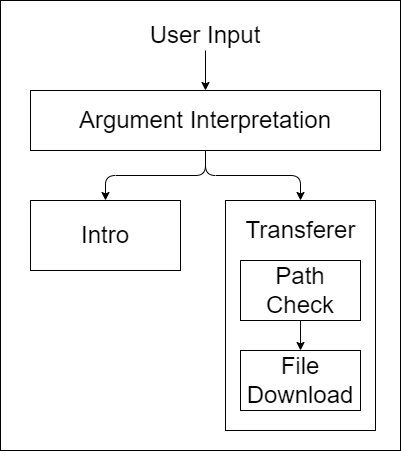
DopamineNone/ezTransferer keeps this draw.io diagram as static/client.png. Above is the earlier version. Source tidied: cells renumbered, new cells last; positions are measured from the earlier drawing's top-left corner, leaving out a move shared by most shapes. Source of this version:
```xml
<mxGraphModel>
  <root>
    <mxCell id="0" />
    <mxCell id="1" parent="0" />
    <mxCell id="2" style="rounded=0;whiteSpace=wrap;html=1;" parent="1" vertex="1">
      <mxGeometry width="400" height="450" as="geometry" />
    </mxCell>
    <mxCell id="3" style="edgeStyle=orthogonalEdgeStyle;html=1;exitX=0.5;exitY=1;exitDx=0;exitDy=0;entryX=0.5;entryY=0;entryDx=0;entryDy=0;fontSize=24;" parent="1" edge="1" source="5" target="6">
      <mxGeometry relative="1" as="geometry" />
    </mxCell>
    <mxCell id="4" style="edgeStyle=orthogonalEdgeStyle;html=1;exitX=0.5;exitY=1;exitDx=0;exitDy=0;entryX=0.5;entryY=0;entryDx=0;entryDy=0;fontSize=24;" parent="1" edge="1" source="5" target="7">
      <mxGeometry relative="1" as="geometry" />
    </mxCell>
    <mxCell id="5" value="&lt;font style=&quot;font-size: 24px;&quot;&gt;Argument Interpretation&lt;/font&gt;" style="rounded=0;whiteSpace=wrap;html=1;" parent="1" vertex="1">
      <mxGeometry x="30" y="90" width="350" height="60" as="geometry" />
    </mxCell>
    <mxCell id="6" value="Intro" style="rounded=0;whiteSpace=wrap;html=1;fontSize=24;" parent="1" vertex="1">
      <mxGeometry x="30" y="200" width="150" height="70" as="geometry" />
    </mxCell>
    <mxCell id="7" style="rounded=0;whiteSpace=wrap;html=1;fontSize=24;" parent="1" vertex="1">
      <mxGeometry x="225" y="200" width="150" height="230" as="geometry" />
    </mxCell>
    <mxCell id="8" value="Transferer" style="text;html=1;align=center;verticalAlign=middle;strokeColor=none;fillColor=none;fontSize=24;" parent="1" vertex="1">
      <mxGeometry x="235" y="210" width="130" height="40" as="geometry" />
    </mxCell>
    <mxCell id="9" style="edgeStyle=orthogonalEdgeStyle;html=1;exitX=0.5;exitY=1;exitDx=0;exitDy=0;entryX=0.5;entryY=0;entryDx=0;entryDy=0;fontSize=24;" parent="1" edge="1" source="10" target="11">
      <mxGeometry relative="1" as="geometry" />
    </mxCell>
    <mxCell id="10" value="Path Check" style="rounded=0;whiteSpace=wrap;html=1;fontSize=24;" parent="1" vertex="1">
      <mxGeometry x="240" y="260" width="120" height="60" as="geometry" />
    </mxCell>
    <mxCell id="11" value="File&lt;br&gt;Download" style="rounded=0;whiteSpace=wrap;html=1;fontSize=24;" parent="1" vertex="1">
      <mxGeometry x="240" y="350" width="120" height="60" as="geometry" />
    </mxCell>
    <mxCell id="12" style="edgeStyle=orthogonalEdgeStyle;html=1;exitX=0.5;exitY=1;exitDx=0;exitDy=0;entryX=0.5;entryY=0;entryDx=0;entryDy=0;fontSize=24;" parent="1" edge="1" source="13" target="5">
      <mxGeometry relative="1" as="geometry" />
    </mxCell>
    <mxCell id="13" value="User Input" style="text;html=1;strokeColor=none;fillColor=none;align=center;verticalAlign=middle;whiteSpace=wrap;rounded=0;fontSize=24;" parent="1" vertex="1">
      <mxGeometry x="140" y="20" width="130" height="30" as="geometry" />
    </mxCell>
  </root>
</mxGraphModel>
```
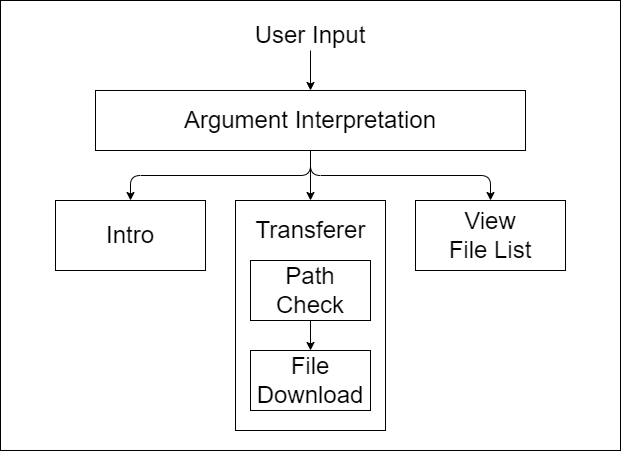
After the commit.

The edit, as a diff of the source:
```diff
@@ -3,7 +3,7 @@
     <mxCell id="0" />
     <mxCell id="1" parent="0" />
     <mxCell id="2" style="rounded=0;whiteSpace=wrap;html=1;" parent="1" vertex="1">
-      <mxGeometry width="400" height="450" as="geometry" />
+      <mxGeometry x="-105" width="620" height="450" as="geometry" />
     </mxCell>
     <mxCell id="3" style="edgeStyle=orthogonalEdgeStyle;html=1;exitX=0.5;exitY=1;exitDx=0;exitDy=0;entryX=0.5;entryY=0;entryDx=0;entryDy=0;fontSize=24;" parent="1" edge="1" source="5" target="6">
       <mxGeometry relative="1" as="geometry" />
@@ -11,32 +11,41 @@
     <mxCell id="4" style="edgeStyle=orthogonalEdgeStyle;html=1;exitX=0.5;exitY=1;exitDx=0;exitDy=0;entryX=0.5;entryY=0;entryDx=0;entryDy=0;fontSize=24;" parent="1" edge="1" source="5" target="7">
       <mxGeometry relative="1" as="geometry" />
     </mxCell>
+    <mxCell id="14" style="edgeStyle=orthogonalEdgeStyle;html=1;exitX=0.5;exitY=1;exitDx=0;exitDy=0;entryX=0.5;entryY=0;entryDx=0;entryDy=0;" parent="1" edge="1" source="5" target="16">
+      <mxGeometry relative="1" as="geometry" />
+    </mxCell>
     <mxCell id="5" value="&lt;font style=&quot;font-size: 24px;&quot;&gt;Argument Interpretation&lt;/font&gt;" style="rounded=0;whiteSpace=wrap;html=1;" parent="1" vertex="1">
-      <mxGeometry x="30" y="90" width="350" height="60" as="geometry" />
+      <mxGeometry x="-10" y="90" width="430" height="60" as="geometry" />
     </mxCell>
     <mxCell id="6" value="Intro" style="rounded=0;whiteSpace=wrap;html=1;fontSize=24;" parent="1" vertex="1">
-      <mxGeometry x="30" y="200" width="150" height="70" as="geometry" />
+      <mxGeometry x="-50" y="200" width="150" height="70" as="geometry" />
     </mxCell>
+    <mxCell id="12" style="edgeStyle=orthogonalEdgeStyle;html=1;exitX=0.5;exitY=1;exitDx=0;exitDy=0;entryX=0.5;entryY=0;entryDx=0;entryDy=0;fontSize=24;" parent="1" edge="1" source="13" target="5">
+      <mxGeometry relative="1" as="geometry" />
+    </mxCell>
+    <mxCell id="13" value="User Input" style="text;html=1;strokeColor=none;fillColor=none;align=center;verticalAlign=middle;whiteSpace=wrap;rounded=0;fontSize=24;" parent="1" vertex="1">
+      <mxGeometry x="140" y="20" width="130" height="30" as="geometry" />
+    </mxCell>
+    <mxCell id="15" style="group;" parent="1" vertex="1">
+      <mxGeometry x="130" y="200" width="150" height="230" as="geometry" />
+    </mxCell>
-    <mxCell id="7" style="rounded=0;whiteSpace=wrap;html=1;fontSize=24;" parent="1" vertex="1">
-      <mxGeometry x="225" y="200" width="150" height="230" as="geometry" />
+    <mxCell id="7" style="rounded=0;whiteSpace=wrap;html=1;fontSize=24;" parent="15" vertex="1">
+      <mxGeometry width="150" height="230" as="geometry" />
     </mxCell>
-    <mxCell id="8" value="Transferer" style="text;html=1;align=center;verticalAlign=middle;strokeColor=none;fillColor=none;fontSize=24;" parent="1" vertex="1">
-      <mxGeometry x="235" y="210" width="130" height="40" as="geometry" />
+    <mxCell id="8" value="Transferer" style="text;html=1;align=center;verticalAlign=middle;strokeColor=none;fillColor=none;fontSize=24;" parent="15" vertex="1">
+      <mxGeometry x="10" y="10" width="130" height="40" as="geometry" />
     </mxCell>
-    <mxCell id="9" style="edgeStyle=orthogonalEdgeStyle;html=1;exitX=0.5;exitY=1;exitDx=0;exitDy=0;entryX=0.5;entryY=0;entryDx=0;entryDy=0;fontSize=24;" parent="1" edge="1" source="10" target="11">
-      <mxGeometry relative="1" as="geometry" />
-    </mxCell>
-    <mxCell id="10" value="Path Check" style="rounded=0;whiteSpace=wrap;html=1;fontSize=24;" parent="1" vertex="1">
-      <mxGeometry x="240" y="260" width="120" height="60" as="geometry" />
+    <mxCell id="10" value="Path Check" style="rounded=0;whiteSpace=wrap;html=1;fontSize=24;" parent="15" vertex="1">
+      <mxGeometry x="15" y="60" width="120" height="60" as="geometry" />
     </mxCell>
-    <mxCell id="11" value="File&lt;br&gt;Download" style="rounded=0;whiteSpace=wrap;html=1;fontSize=24;" parent="1" vertex="1">
-      <mxGeometry x="240" y="350" width="120" height="60" as="geometry" />
+    <mxCell id="11" value="File&lt;br&gt;Download" style="rounded=0;whiteSpace=wrap;html=1;fontSize=24;" parent="15" vertex="1">
+      <mxGeometry x="15" y="150" width="120" height="60" as="geometry" />
     </mxCell>
-    <mxCell id="12" style="edgeStyle=orthogonalEdgeStyle;html=1;exitX=0.5;exitY=1;exitDx=0;exitDy=0;entryX=0.5;entryY=0;entryDx=0;entryDy=0;fontSize=24;" parent="1" edge="1" source="13" target="5">
-      <mxGeometry relative="1" as="geometry" />
-    </mxCell>
-    <mxCell id="13" value="User Input" style="text;html=1;strokeColor=none;fillColor=none;align=center;verticalAlign=middle;whiteSpace=wrap;rounded=0;fontSize=24;" parent="1" vertex="1">
-      <mxGeometry x="140" y="20" width="130" height="30" as="geometry" />
-    </mxCell>
+    <mxCell id="9" style="edgeStyle=orthogonalEdgeStyle;html=1;exitX=0.5;exitY=1;exitDx=0;exitDy=0;entryX=0.5;entryY=0;entryDx=0;entryDy=0;fontSize=24;" parent="15" edge="1" source="10" target="11">
+      <mxGeometry relative="1" as="geometry" />
+    </mxCell>
+    <mxCell id="16" value="View&lt;br&gt;File List" style="rounded=0;whiteSpace=wrap;html=1;fontSize=24;" parent="1" vertex="1">
+      <mxGeometry x="310" y="200" width="150" height="70" as="geometry" />
+    </mxCell>
   </root>
 </mxGraphModel>
```
